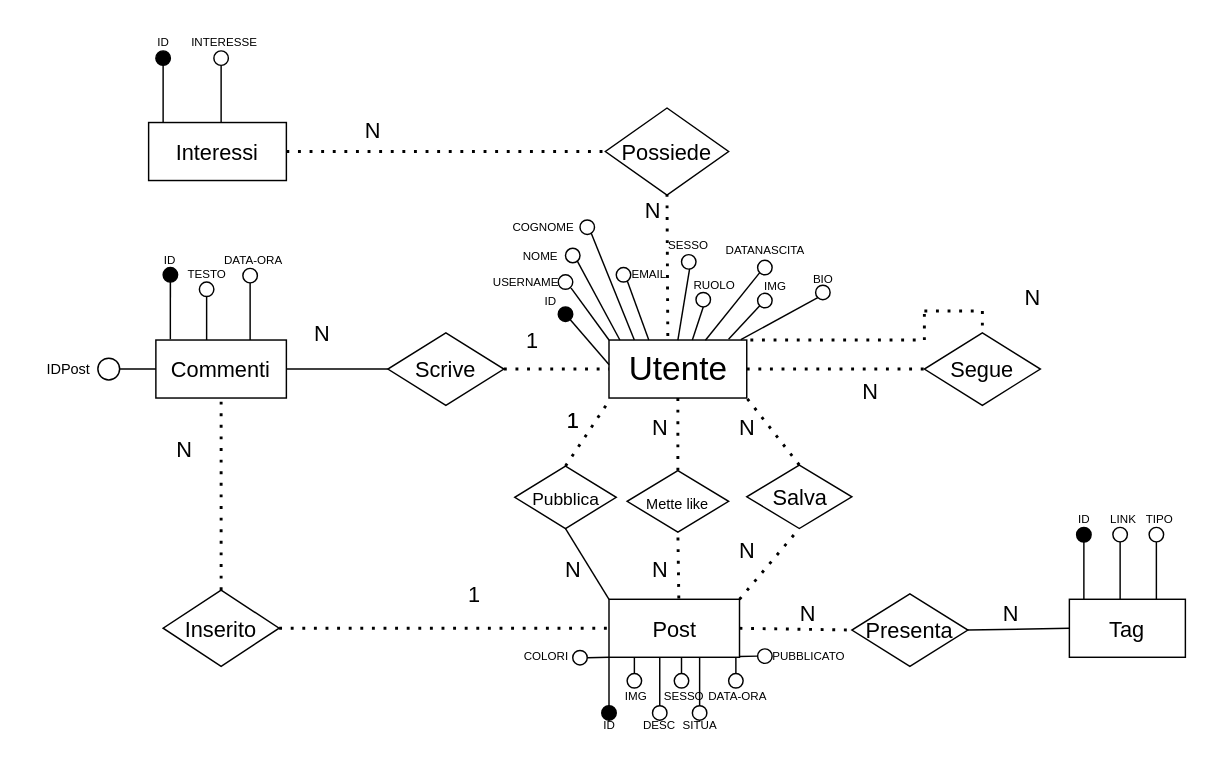
The draw.io diagram Untitled Diagram.drawio in ddauny/hypebest, before the edit. Source tidied: cells renumbered, new cells numbered last; positions are measured from the earlier drawing's top-left corner, leaving out a move shared by most shapes. Both pictures are drawn from the tidied source at 145%, with x=0, y=0 at pixel (25, 25).
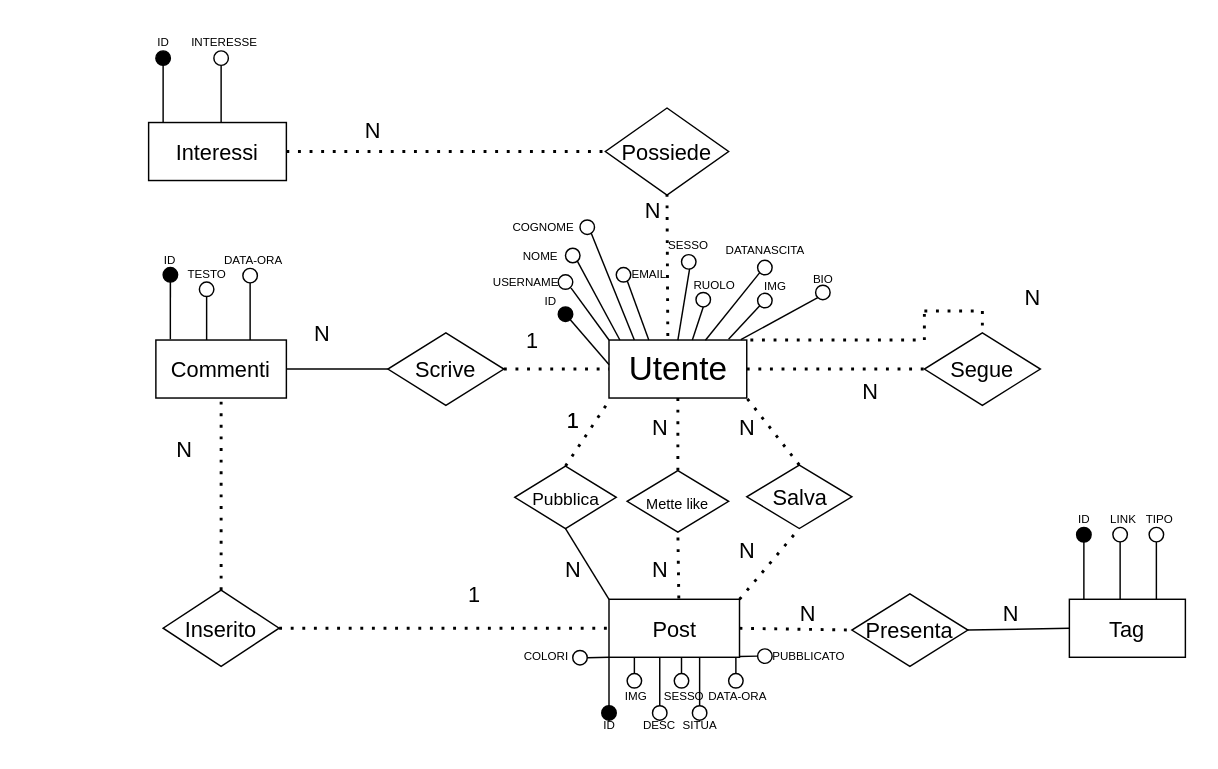
The same diagram, later.

The change refers to these unchanged cells:
```xml
<mxCell id="8" value="Commenti" style="rounded=0;whiteSpace=wrap;html=1;fontSize=15;" parent="1" vertex="1">
  <mxGeometry x="90" y="217" width="90" height="40" as="geometry" />
</mxCell>
```

Change to the diagram source:
```diff
@@
-    <mxCell id="132" style="endArrow=none;html=1;rounded=0;fontSize=8;strokeColor=#000000;entryX=0;entryY=0.5;entryDx=0;entryDy=0;" parent="1" edge="1" target="8">
-      <mxGeometry relative="1" as="geometry">
-        <mxPoint x="50" y="237" as="sourcePoint" />
-      </mxGeometry>
-    </mxCell>
-    <mxCell id="133" style="ellipse;whiteSpace=wrap;html=1;fontSize=8;strokeColor=#000000;fillColor=#FFFFFF;" parent="1" vertex="1">
-      <mxGeometry x="50" y="229.5" width="15" height="15" as="geometry" />
-    </mxCell>
-    <mxCell id="134" value="&lt;font style=&quot;font-size: 10px&quot;&gt;IDPost&lt;/font&gt;" style="text;html=1;strokeColor=none;fillColor=none;align=center;verticalAlign=middle;whiteSpace=wrap;rounded=0;fontSize=8;" parent="1" vertex="1">
-      <mxGeometry y="222" width="60" height="30" as="geometry" />
-    </mxCell>
```
